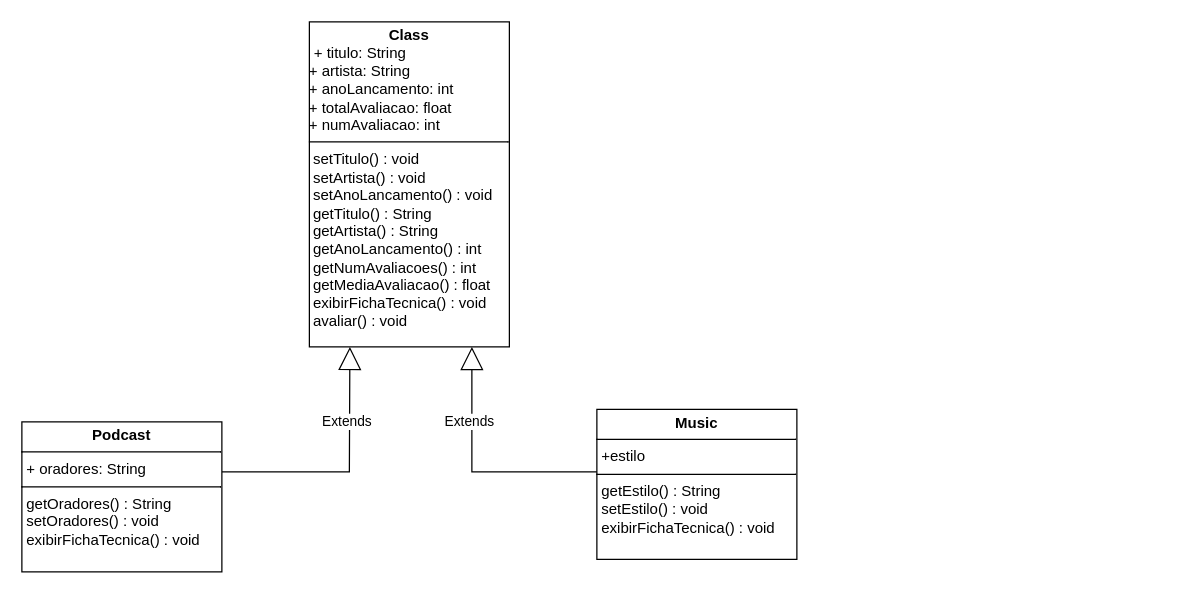
DevSpeedZ/MusicPlayerModel keeps this draw.io diagram as src/Testes/Musica/Diagrams/DiagramaTesteMusica.drawio. Above is the earlier version. Source tidied: cells renumbered, new cells numbered last; positions are measured from the earlier drawing's top-left corner, leaving out a move shared by most shapes. Both pictures are drawn from the tidied source at 125%, with x=0, y=0 at pixel (21, 21).
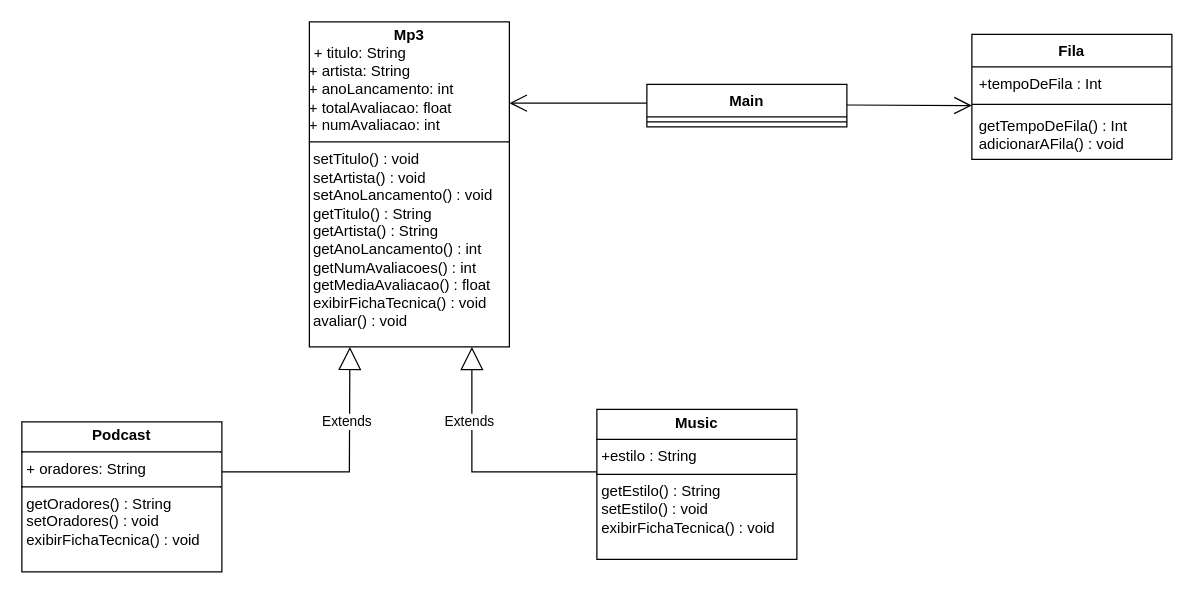
Above is the later version.

The edit, as a diff of the source:
```diff
@@
-    <mxCell id="5" value="&lt;p style=&quot;margin:0px;margin-top:4px;text-align:center;&quot;&gt;&lt;b&gt;Music&lt;/b&gt;&lt;/p&gt;&lt;hr size=&quot;1&quot; style=&quot;border-style:solid;&quot;&gt;&lt;p style=&quot;margin:0px;margin-left:4px;&quot;&gt;+estilo&lt;br&gt;&lt;/p&gt;&lt;hr size=&quot;1&quot; style=&quot;border-style:solid;&quot;&gt;&lt;p style=&quot;margin: 0px 0px 0px 4px;&quot;&gt;&lt;span style=&quot;background-color: transparent;&quot;&gt;getEstilo() : String&lt;/span&gt;&lt;/p&gt;&lt;p style=&quot;margin: 0px 0px 0px 4px;&quot;&gt;setEstilo() : void&lt;/p&gt;&lt;p style=&quot;margin: 0px 0px 0px 4px;&quot;&gt;exibirFichaTecnica() : void&lt;/p&gt;&lt;div&gt;&lt;br&gt;&lt;/div&gt;" style="verticalAlign=top;align=left;overflow=fill;html=1;whiteSpace=wrap;" parent="1" vertex="1">
+    <mxCell id="5" value="&lt;p style=&quot;margin:0px;margin-top:4px;text-align:center;&quot;&gt;&lt;b&gt;Music&lt;/b&gt;&lt;/p&gt;&lt;hr size=&quot;1&quot; style=&quot;border-style:solid;&quot;&gt;&lt;p style=&quot;margin:0px;margin-left:4px;&quot;&gt;+estilo : String&lt;br&gt;&lt;/p&gt;&lt;hr size=&quot;1&quot; style=&quot;border-style:solid;&quot;&gt;&lt;p style=&quot;margin: 0px 0px 0px 4px;&quot;&gt;&lt;span style=&quot;background-color: transparent;&quot;&gt;getEstilo() : String&lt;/span&gt;&lt;/p&gt;&lt;p style=&quot;margin: 0px 0px 0px 4px;&quot;&gt;setEstilo() : void&lt;/p&gt;&lt;p style=&quot;margin: 0px 0px 0px 4px;&quot;&gt;exibirFichaTecnica() : void&lt;/p&gt;&lt;div&gt;&lt;br&gt;&lt;/div&gt;" style="verticalAlign=top;align=left;overflow=fill;html=1;whiteSpace=wrap;" parent="1" vertex="1">
       <mxGeometry x="460" y="310" width="160" height="120" as="geometry" />
     </mxCell>
-    <mxCell id="6" value="&lt;p style=&quot;margin:0px;margin-top:4px;text-align:center;&quot;&gt;&lt;b&gt;Class&lt;/b&gt;&lt;/p&gt;&lt;p style=&quot;margin:0px;margin-left:4px;&quot;&gt;+ titulo: String&lt;/p&gt;&lt;div&gt;+ artista: String&lt;/div&gt;&lt;div&gt;+ anoLancamento: int&lt;/div&gt;&lt;div&gt;+ totalAvaliacao: float&lt;/div&gt;&lt;div&gt;+ numAvaliacao: int&lt;/div&gt;&lt;hr size=&quot;1&quot; style=&quot;border-style:solid;&quot;&gt;&lt;div&gt;&amp;nbsp;setTitulo&lt;span style=&quot;background-color: transparent; color: light-dark(rgb(0, 0, 0), rgb(255, 255, 255));&quot;&gt;() : void&lt;/span&gt;&lt;/div&gt;&lt;div&gt;&amp;nbsp;setArtista&lt;span style=&quot;background-color: transparent; color: light-dark(rgb(0, 0, 0), rgb(255, 255, 255));&quot;&gt;()&lt;/span&gt;&lt;span style=&quot;background-color: transparent; color: light-dark(rgb(0, 0, 0), rgb(255, 255, 255));&quot;&gt;&amp;nbsp;&lt;/span&gt;&lt;span style=&quot;background-color: transparent; color: light-dark(rgb(0, 0, 0), rgb(255, 255, 255));&quot;&gt;: void&lt;/span&gt;&lt;/div&gt;&lt;div&gt;&amp;nbsp;setAnoLancamento&lt;span style=&quot;background-color: transparent; color: light-dark(rgb(0, 0, 0), rgb(255, 255, 255));&quot;&gt;()&lt;/span&gt;&lt;span style=&quot;background-color: transparent; color: light-dark(rgb(0, 0, 0), rgb(255, 255, 255));&quot;&gt;&amp;nbsp;&lt;/span&gt;&lt;span style=&quot;background-color: transparent; color: light-dark(rgb(0, 0, 0), rgb(255, 255, 255));&quot;&gt;: void&lt;/span&gt;&lt;/div&gt;&lt;div&gt;&amp;nbsp;getTitulo&lt;span style=&quot;background-color: transparent; color: light-dark(rgb(0, 0, 0), rgb(255, 255, 255));&quot;&gt;()&lt;/span&gt;&lt;span style=&quot;background-color: transparent; color: light-dark(rgb(0, 0, 0), rgb(255, 255, 255));&quot;&gt;&amp;nbsp;&lt;/span&gt;&lt;span style=&quot;background-color: transparent; color: light-dark(rgb(0, 0, 0), rgb(255, 255, 255));&quot;&gt;: String&lt;/span&gt;&lt;/div&gt;&lt;div&gt;&amp;nbsp;getArtista&lt;span style=&quot;background-color: transparent; color: light-dark(rgb(0, 0, 0), rgb(255, 255, 255));&quot;&gt;()&lt;/span&gt;&lt;span style=&quot;background-color: transparent; color: light-dark(rgb(0, 0, 0), rgb(255, 255, 255));&quot;&gt;&amp;nbsp;&lt;/span&gt;&lt;span style=&quot;background-color: transparent; color: light-dark(rgb(0, 0, 0), rgb(255, 255, 255));&quot;&gt;: String&lt;/span&gt;&lt;/div&gt;&lt;div&gt;&amp;nbsp;getAnoLancamento&lt;span style=&quot;background-color: transparent; color: light-dark(rgb(0, 0, 0), rgb(255, 255, 255));&quot;&gt;() : int&lt;/span&gt;&lt;/div&gt;&lt;div&gt;&amp;nbsp;getNumAvaliacoes&lt;span style=&quot;background-color: transparent; color: light-dark(rgb(0, 0, 0), rgb(255, 255, 255));&quot;&gt;() : int&lt;/span&gt;&lt;/div&gt;&lt;div&gt;&amp;nbsp;getMediaAvaliacao&lt;span style=&quot;background-color: transparent; color: light-dark(rgb(0, 0, 0), rgb(255, 255, 255));&quot;&gt;() : float&lt;/span&gt;&lt;/div&gt;&lt;div&gt;&amp;nbsp;exibirFichaTecnica&lt;span style=&quot;background-color: transparent; color: light-dark(rgb(0, 0, 0), rgb(255, 255, 255));&quot;&gt;()&lt;/span&gt;&lt;span style=&quot;background-color: transparent; color: light-dark(rgb(0, 0, 0), rgb(255, 255, 255));&quot;&gt;&amp;nbsp;&lt;/span&gt;&lt;span style=&quot;background-color: transparent; color: light-dark(rgb(0, 0, 0), rgb(255, 255, 255));&quot;&gt;: void&lt;/span&gt;&lt;/div&gt;&lt;div&gt;&amp;nbsp;avaliar()&lt;span style=&quot;background-color: transparent; color: light-dark(rgb(0, 0, 0), rgb(255, 255, 255));&quot;&gt;&amp;nbsp;&lt;/span&gt;&lt;span style=&quot;background-color: transparent; color: light-dark(rgb(0, 0, 0), rgb(255, 255, 255));&quot;&gt;: void&lt;/span&gt;&lt;/div&gt;" style="verticalAlign=top;align=left;overflow=fill;html=1;whiteSpace=wrap;" parent="1" vertex="1">
+    <mxCell id="6" value="&lt;p style=&quot;margin:0px;margin-top:4px;text-align:center;&quot;&gt;&lt;b&gt;Mp3&lt;/b&gt;&lt;/p&gt;&lt;p style=&quot;margin:0px;margin-left:4px;&quot;&gt;+ titulo: String&lt;/p&gt;&lt;div&gt;+ artista: String&lt;/div&gt;&lt;div&gt;+ anoLancamento: int&lt;/div&gt;&lt;div&gt;+ totalAvaliacao: float&lt;/div&gt;&lt;div&gt;+ numAvaliacao: int&lt;/div&gt;&lt;hr size=&quot;1&quot; style=&quot;border-style:solid;&quot;&gt;&lt;div&gt;&amp;nbsp;setTitulo&lt;span style=&quot;background-color: transparent; color: light-dark(rgb(0, 0, 0), rgb(255, 255, 255));&quot;&gt;() : void&lt;/span&gt;&lt;/div&gt;&lt;div&gt;&amp;nbsp;setArtista&lt;span style=&quot;background-color: transparent; color: light-dark(rgb(0, 0, 0), rgb(255, 255, 255));&quot;&gt;()&lt;/span&gt;&lt;span style=&quot;background-color: transparent; color: light-dark(rgb(0, 0, 0), rgb(255, 255, 255));&quot;&gt;&amp;nbsp;&lt;/span&gt;&lt;span style=&quot;background-color: transparent; color: light-dark(rgb(0, 0, 0), rgb(255, 255, 255));&quot;&gt;: void&lt;/span&gt;&lt;/div&gt;&lt;div&gt;&amp;nbsp;setAnoLancamento&lt;span style=&quot;background-color: transparent; color: light-dark(rgb(0, 0, 0), rgb(255, 255, 255));&quot;&gt;()&lt;/span&gt;&lt;span style=&quot;background-color: transparent; color: light-dark(rgb(0, 0, 0), rgb(255, 255, 255));&quot;&gt;&amp;nbsp;&lt;/span&gt;&lt;span style=&quot;background-color: transparent; color: light-dark(rgb(0, 0, 0), rgb(255, 255, 255));&quot;&gt;: void&lt;/span&gt;&lt;/div&gt;&lt;div&gt;&amp;nbsp;getTitulo&lt;span style=&quot;background-color: transparent; color: light-dark(rgb(0, 0, 0), rgb(255, 255, 255));&quot;&gt;()&lt;/span&gt;&lt;span style=&quot;background-color: transparent; color: light-dark(rgb(0, 0, 0), rgb(255, 255, 255));&quot;&gt;&amp;nbsp;&lt;/span&gt;&lt;span style=&quot;background-color: transparent; color: light-dark(rgb(0, 0, 0), rgb(255, 255, 255));&quot;&gt;: String&lt;/span&gt;&lt;/div&gt;&lt;div&gt;&amp;nbsp;getArtista&lt;span style=&quot;background-color: transparent; color: light-dark(rgb(0, 0, 0), rgb(255, 255, 255));&quot;&gt;()&lt;/span&gt;&lt;span style=&quot;background-color: transparent; color: light-dark(rgb(0, 0, 0), rgb(255, 255, 255));&quot;&gt;&amp;nbsp;&lt;/span&gt;&lt;span style=&quot;background-color: transparent; color: light-dark(rgb(0, 0, 0), rgb(255, 255, 255));&quot;&gt;: String&lt;/span&gt;&lt;/div&gt;&lt;div&gt;&amp;nbsp;getAnoLancamento&lt;span style=&quot;background-color: transparent; color: light-dark(rgb(0, 0, 0), rgb(255, 255, 255));&quot;&gt;() : int&lt;/span&gt;&lt;/div&gt;&lt;div&gt;&amp;nbsp;getNumAvaliacoes&lt;span style=&quot;background-color: transparent; color: light-dark(rgb(0, 0, 0), rgb(255, 255, 255));&quot;&gt;() : int&lt;/span&gt;&lt;/div&gt;&lt;div&gt;&amp;nbsp;getMediaAvaliacao&lt;span style=&quot;background-color: transparent; color: light-dark(rgb(0, 0, 0), rgb(255, 255, 255));&quot;&gt;() : float&lt;/span&gt;&lt;/div&gt;&lt;div&gt;&amp;nbsp;exibirFichaTecnica&lt;span style=&quot;background-color: transparent; color: light-dark(rgb(0, 0, 0), rgb(255, 255, 255));&quot;&gt;()&lt;/span&gt;&lt;span style=&quot;background-color: transparent; color: light-dark(rgb(0, 0, 0), rgb(255, 255, 255));&quot;&gt;&amp;nbsp;&lt;/span&gt;&lt;span style=&quot;background-color: transparent; color: light-dark(rgb(0, 0, 0), rgb(255, 255, 255));&quot;&gt;: void&lt;/span&gt;&lt;/div&gt;&lt;div&gt;&amp;nbsp;avaliar()&lt;span style=&quot;background-color: transparent; color: light-dark(rgb(0, 0, 0), rgb(255, 255, 255));&quot;&gt;&amp;nbsp;&lt;/span&gt;&lt;span style=&quot;background-color: transparent; color: light-dark(rgb(0, 0, 0), rgb(255, 255, 255));&quot;&gt;: void&lt;/span&gt;&lt;/div&gt;" style="verticalAlign=top;align=left;overflow=fill;html=1;whiteSpace=wrap;" parent="1" vertex="1">
       <mxGeometry x="230" width="160" height="260" as="geometry" />
     </mxCell>
+    <mxCell id="7" style="endArrow=open;endFill=1;endSize=12;html=1;rounded=0;entryX=1;entryY=0.25;entryDx=0;entryDy=0;" parent="1" edge="1" target="6">
+      <mxGeometry relative="1" as="geometry">
+        <mxPoint x="500" y="65" as="sourcePoint" />
+      </mxGeometry>
+    </mxCell>
+    <mxCell id="8" value="Main" style="swimlane;fontStyle=1;align=center;verticalAlign=top;horizontal=1;startSize=26;whiteSpace=wrap;html=1;" parent="1" vertex="1">
+      <mxGeometry x="500" y="50" width="160" height="34" as="geometry" />
+    </mxCell>
+    <mxCell id="9" style="line;strokeWidth=1;fillColor=none;align=left;verticalAlign=middle;spacingTop=-1;spacingLeft=3;spacingRight=3;labelPosition=right;strokeColor=inherit;" parent="8" vertex="1">
+      <mxGeometry y="26" width="160" height="8" as="geometry" />
+    </mxCell>
+    <mxCell id="10" value="Fila" style="swimlane;fontStyle=1;align=center;verticalAlign=top;horizontal=1;startSize=26;whiteSpace=wrap;html=1;" parent="1" vertex="1">
+      <mxGeometry x="760" y="10" width="160" height="100" as="geometry" />
+    </mxCell>
+    <mxCell id="11" value="+tempoDeFila : Int&amp;nbsp;" style="text;strokeColor=none;fillColor=none;align=left;verticalAlign=top;spacingLeft=4;spacingRight=4;overflow=hidden;whiteSpace=wrap;html=1;" parent="10" vertex="1">
+      <mxGeometry y="26" width="160" height="26" as="geometry" />
+    </mxCell>
+    <mxCell id="12" style="line;strokeWidth=1;fillColor=none;align=left;verticalAlign=middle;spacingTop=-1;spacingLeft=3;spacingRight=3;labelPosition=right;strokeColor=inherit;" parent="10" vertex="1">
+      <mxGeometry y="52" width="160" height="8" as="geometry" />
+    </mxCell>
+    <mxCell id="13" value="&lt;div&gt;getTempoDeFila() : Int&lt;/div&gt;&lt;div&gt;adicionarAFila() : void&lt;/div&gt;" style="text;strokeColor=none;fillColor=none;align=left;verticalAlign=top;spacingLeft=4;spacingRight=4;overflow=hidden;whiteSpace=wrap;html=1;" parent="10" vertex="1">
+      <mxGeometry y="60" width="160" height="40" as="geometry" />
+    </mxCell>
+    <mxCell id="14" style="endArrow=open;endFill=1;endSize=12;html=1;rounded=0;" parent="1" edge="1">
+      <mxGeometry relative="1" as="geometry">
+        <mxPoint x="660" y="66.5" as="sourcePoint" />
+        <mxPoint x="760" y="67" as="targetPoint" />
+      </mxGeometry>
+    </mxCell>
```
